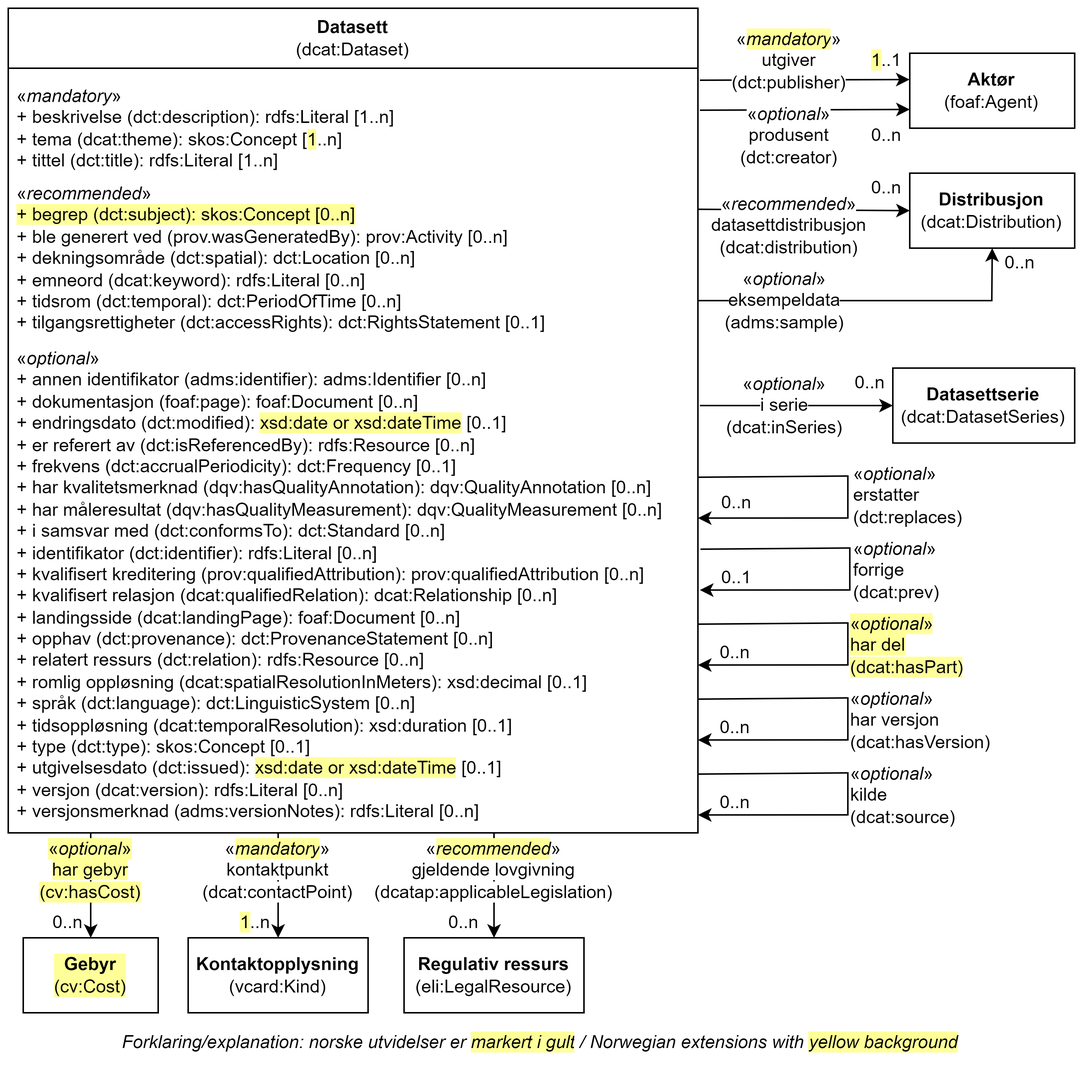
Informasjonsforvaltning/dcat-ap-no keeps this draw.io diagram as docs/images/Klassen-Datasett.png. Above is the earlier version. Source tidied: cells renumbered, new cells last; positions are measured from the earlier drawing's top-left corner, leaving out a move shared by most shapes.
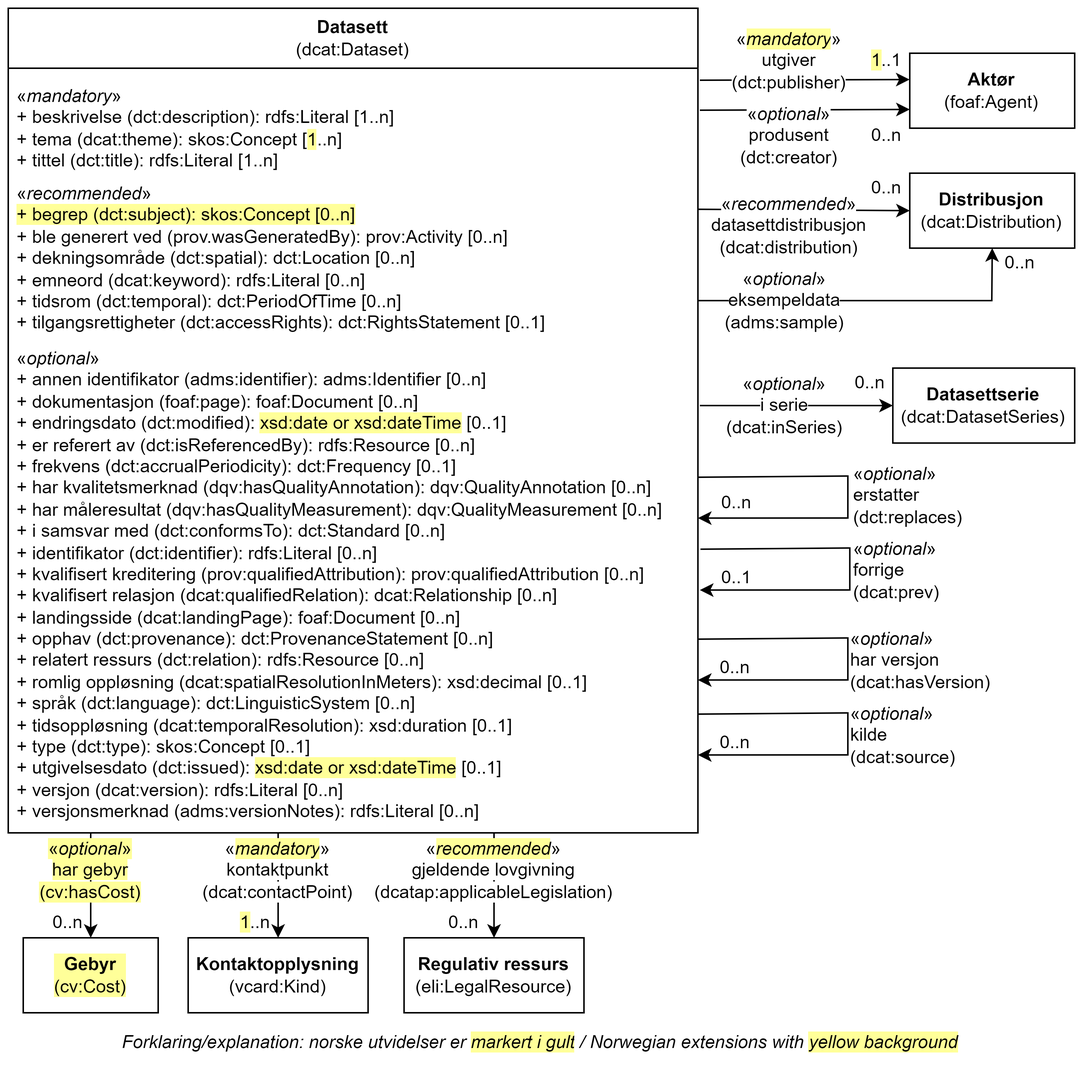
Later version of the same file.

Commit message:
Datasett -> dct:hasPart utgår

The edit, as a diff of the source:
```diff
@@ -26,17 +26,14 @@
     <mxCell id="9" value="&lt;span style=&quot;background-color: rgb(255, 255, 255);&quot;&gt;«&lt;i style=&quot;border-color: var(--border-color);&quot;&gt;optional&lt;/i&gt;&lt;span style=&quot;&quot;&gt;»&lt;br&gt;&lt;/span&gt;forrige&lt;br&gt;(dcat:prev)&lt;/span&gt;" style="text;html=1;strokeColor=none;fillColor=none;align=left;verticalAlign=middle;whiteSpace=wrap;rounded=0;" parent="1" vertex="1">
       <mxGeometry x="561.6" y="360" width="60" height="30" as="geometry" />
     </mxCell>
-    <mxCell id="10" value="&lt;span style=&quot;background-color: rgb(255, 255, 153);&quot;&gt;«&lt;i style=&quot;border-color: var(--border-color);&quot;&gt;optional&lt;/i&gt;»&lt;br&gt;har del&lt;br&gt;(dcat:hasPart)&lt;/span&gt;" style="text;html=1;strokeColor=none;fillColor=none;align=left;verticalAlign=middle;whiteSpace=wrap;rounded=0;" parent="1" vertex="1">
-      <mxGeometry x="560.3" y="410" width="60" height="30" as="geometry" />
-    </mxCell>
     <mxCell id="11" value="&lt;span style=&quot;background-color: rgb(255, 255, 255);&quot;&gt;«&lt;i style=&quot;border-color: var(--border-color);&quot;&gt;optional&lt;/i&gt;&lt;span style=&quot;&quot;&gt;»&lt;br&gt;&lt;/span&gt;har versjon&lt;br&gt;(dcat:hasVersion)&lt;/span&gt;" style="text;html=1;strokeColor=none;fillColor=none;align=left;verticalAlign=middle;whiteSpace=wrap;rounded=0;" parent="1" vertex="1">
-      <mxGeometry x="560.3" y="460" width="60" height="30" as="geometry" />
+      <mxGeometry x="560.3" y="420" width="60" height="30" as="geometry" />
     </mxCell>
     <mxCell id="12" value="&lt;b&gt;Datasettserie&lt;/b&gt;&lt;br&gt;(dcat:DatasetSeries)" style="html=1;whiteSpace=wrap;" parent="1" vertex="1">
       <mxGeometry x="590" y="240" width="121.3" height="50" as="geometry" />
     </mxCell>
     <mxCell id="13" value="&lt;span style=&quot;background-color: rgb(255, 255, 255);&quot;&gt;«&lt;i style=&quot;border-color: var(--border-color);&quot;&gt;optional&lt;/i&gt;&lt;span style=&quot;&quot;&gt;»&lt;br&gt;&lt;/span&gt;kilde&lt;br&gt;(dcat:source)&lt;/span&gt;" style="text;html=1;strokeColor=none;fillColor=none;align=left;verticalAlign=middle;whiteSpace=wrap;rounded=0;" parent="1" vertex="1">
-      <mxGeometry x="560.3" y="510" width="60" height="30" as="geometry" />
+      <mxGeometry x="560.3" y="470" width="60" height="30" as="geometry" />
     </mxCell>
     <mxCell id="14" style="endArrow=classic;html=1;rounded=0;entryX=-0.001;entryY=0.351;entryDx=0;entryDy=0;entryPerimeter=0;" parent="1" edge="1" target="6">
       <mxGeometry relative="1" as="geometry">
@@ -92,47 +89,34 @@
         </Array>
       </mxGeometry>
     </mxCell>
-    <mxCell id="27" style="endArrow=classic;html=1;rounded=0;exitX=1.001;exitY=0.32;exitDx=0;exitDy=0;exitPerimeter=0;entryX=1;entryY=0.414;entryDx=0;entryDy=0;entryPerimeter=0;" parent="1" edge="1">
-      <mxGeometry relative="1" as="geometry">
-        <mxPoint x="460.4" y="410.8" as="sourcePoint" />
-        <mxPoint x="460" y="438.1" as="targetPoint" />
-        <Array as="points">
-          <mxPoint x="560" y="410" />
-          <mxPoint x="560" y="438" />
-        </Array>
-      </mxGeometry>
-    </mxCell>
     <mxCell id="28" style="endArrow=classic;html=1;rounded=0;exitX=1.001;exitY=0.32;exitDx=0;exitDy=0;exitPerimeter=0;entryX=1;entryY=0.414;entryDx=0;entryDy=0;entryPerimeter=0;" parent="1" edge="1">
       <mxGeometry relative="1" as="geometry">
-        <mxPoint x="460.4" y="460.8" as="sourcePoint" />
-        <mxPoint x="460" y="488.1" as="targetPoint" />
+        <mxPoint x="460.4" y="420.8" as="sourcePoint" />
+        <mxPoint x="460" y="448.1" as="targetPoint" />
         <Array as="points">
-          <mxPoint x="560" y="460" />
-          <mxPoint x="560" y="488" />
+          <mxPoint x="560" y="420" />
+          <mxPoint x="560" y="448" />
         </Array>
       </mxGeometry>
     </mxCell>
     <mxCell id="29" style="endArrow=classic;html=1;rounded=0;exitX=1.001;exitY=0.32;exitDx=0;exitDy=0;exitPerimeter=0;entryX=1;entryY=0.414;entryDx=0;entryDy=0;entryPerimeter=0;" parent="1" edge="1">
       <mxGeometry relative="1" as="geometry">
-        <mxPoint x="460.4" y="510.8" as="sourcePoint" />
-        <mxPoint x="460" y="538.1" as="targetPoint" />
+        <mxPoint x="460.4" y="470.8" as="sourcePoint" />
+        <mxPoint x="460" y="498.1" as="targetPoint" />
         <Array as="points">
-          <mxPoint x="560" y="510" />
-          <mxPoint x="560" y="538" />
+          <mxPoint x="560" y="470" />
+          <mxPoint x="560" y="498" />
         </Array>
       </mxGeometry>
     </mxCell>
     <mxCell id="30" value="0..n" style="text;html=1;strokeColor=none;fillColor=none;align=center;verticalAlign=middle;whiteSpace=wrap;rounded=0;" parent="1" vertex="1">
       <mxGeometry x="471.3" y="320" width="30" height="20" as="geometry" />
     </mxCell>
-    <mxCell id="31" value="0..n" style="text;html=1;strokeColor=none;fillColor=none;align=center;verticalAlign=middle;whiteSpace=wrap;rounded=0;" parent="1" vertex="1">
-      <mxGeometry x="470" y="420" width="30" height="20" as="geometry" />
-    </mxCell>
     <mxCell id="32" value="0..n" style="text;html=1;strokeColor=none;fillColor=none;align=center;verticalAlign=middle;whiteSpace=wrap;rounded=0;" parent="1" vertex="1">
-      <mxGeometry x="470" y="470" width="30" height="20" as="geometry" />
+      <mxGeometry x="470" y="430" width="30" height="20" as="geometry" />
     </mxCell>
     <mxCell id="33" value="0..n" style="text;html=1;strokeColor=none;fillColor=none;align=center;verticalAlign=middle;whiteSpace=wrap;rounded=0;" parent="1" vertex="1">
-      <mxGeometry x="470" y="520" width="30" height="20" as="geometry" />
+      <mxGeometry x="470" y="480" width="30" height="20" as="geometry" />
     </mxCell>
     <mxCell id="34" value="0..1" style="text;html=1;strokeColor=none;fillColor=none;align=center;verticalAlign=middle;whiteSpace=wrap;rounded=0;" parent="1" vertex="1">
       <mxGeometry x="471.3" y="370" width="30" height="20" as="geometry" />
```
